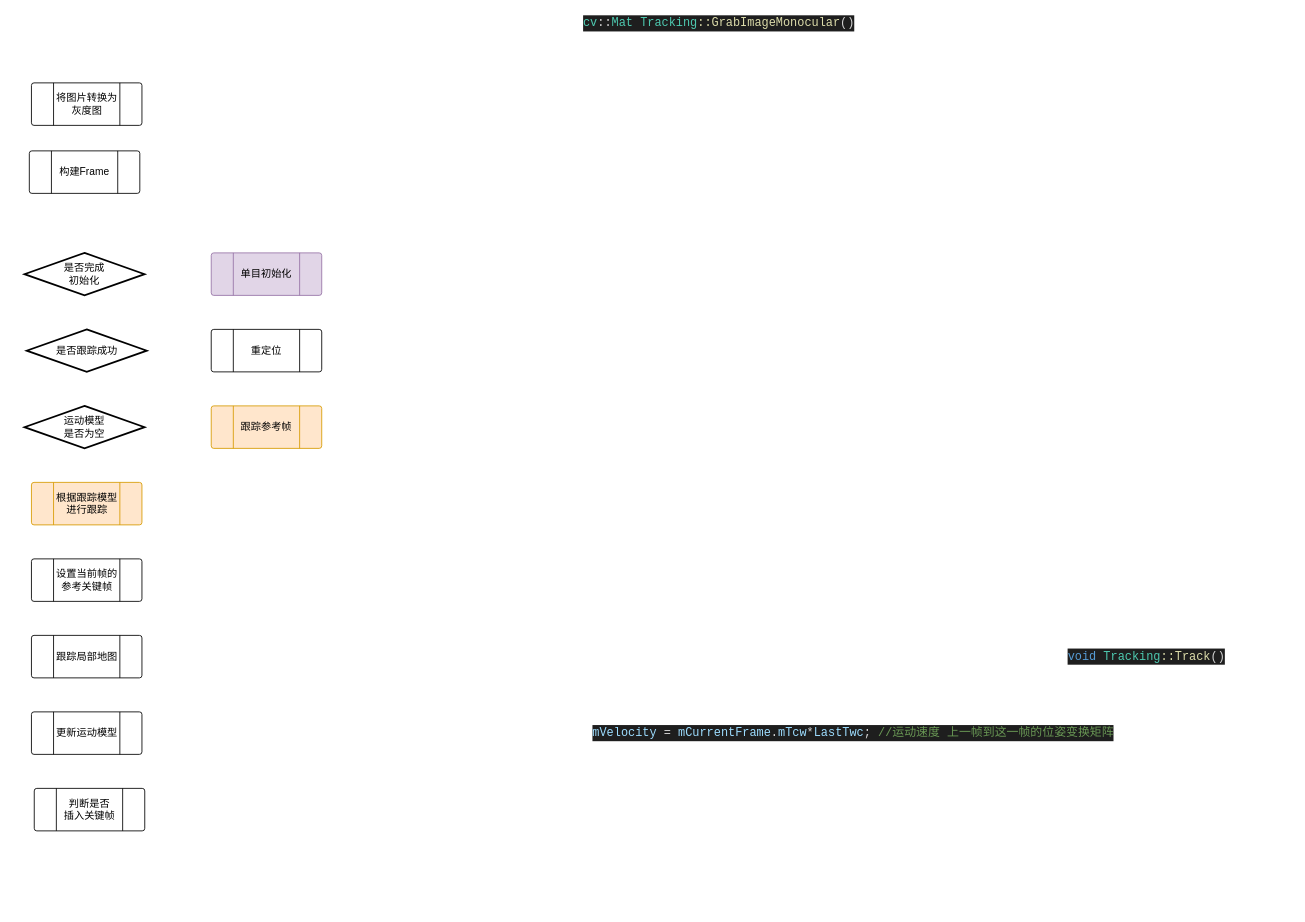
Earlier version of the draw.io diagram page "跟踪线程" (2 of 3) of orbslam2.drawio (younguper/VNOTE). Source tidied: cells renumbered, new cells numbered last; positions are measured from the earlier drawing's top-left corner, leaving out a move shared by most shapes. Both pictures are drawn from the tidied source at 85%, with x=0, y=0 at pixel (24, 14).
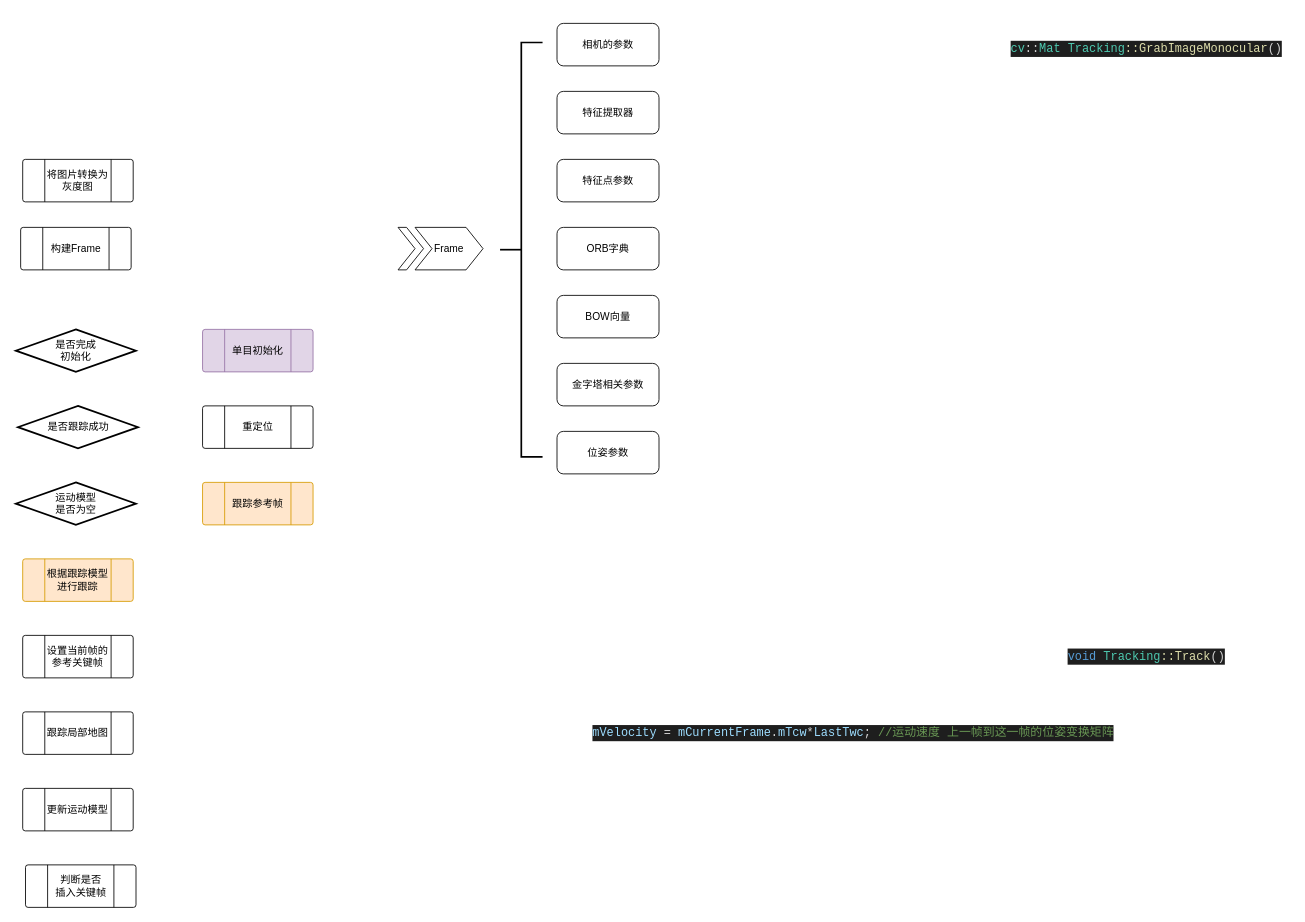
Above is the later version.

Diff of the diagram source:
```diff
@@
     <mxCell id="2" value="将图片转换为灰度图" style="verticalLabelPosition=middle;verticalAlign=middle;html=1;shape=process;whiteSpace=wrap;rounded=1;size=0.2;arcSize=6;labelPosition=center;align=center;" parent="1" vertex="1">
-      <mxGeometry x="8.5" y="80" width="130" height="50" as="geometry" />
+      <mxGeometry x="-1.8" y="170" width="130" height="50" as="geometry" />
     </mxCell>
     <mxCell id="3" value="构建Frame" style="verticalLabelPosition=middle;verticalAlign=middle;html=1;shape=process;whiteSpace=wrap;rounded=1;size=0.2;arcSize=6;labelPosition=center;align=center;" parent="1" vertex="1">
-      <mxGeometry x="6" y="160" width="130" height="50" as="geometry" />
+      <mxGeometry x="-4.2" y="250" width="130" height="50" as="geometry" />
     </mxCell>
     <mxCell id="4" value="单目初始化" style="verticalLabelPosition=middle;verticalAlign=middle;html=1;shape=process;whiteSpace=wrap;rounded=1;size=0.2;arcSize=6;labelPosition=center;align=center;fillColor=#e1d5e7;strokeColor=#9673a6;" parent="1" vertex="1">
-      <mxGeometry x="220" y="280" width="130" height="50" as="geometry" />
+      <mxGeometry x="209.8" y="370" width="130" height="50" as="geometry" />
     </mxCell>
     <mxCell id="5" value="根据跟踪模型进行跟踪" style="verticalLabelPosition=middle;verticalAlign=middle;html=1;shape=process;whiteSpace=wrap;rounded=1;size=0.2;arcSize=6;labelPosition=center;align=center;fillColor=#ffe6cc;strokeColor=#d79b00;" parent="1" vertex="1">
-      <mxGeometry x="8.5" y="550" width="130" height="50" as="geometry" />
+      <mxGeometry x="-1.8" y="640" width="130" height="50" as="geometry" />
     </mxCell>
     <mxCell id="6" value="&lt;div style=&quot;color: rgb(212 , 212 , 212) ; background-color: rgb(30 , 30 , 30) ; font-family: &amp;#34;droid sans mono&amp;#34; , monospace , monospace , &amp;#34;droid sans fallback&amp;#34; ; font-size: 14px ; line-height: 19px&quot;&gt;&lt;span style=&quot;color: #4ec9b0&quot;&gt;cv&lt;/span&gt;::&lt;span style=&quot;color: #4ec9b0&quot;&gt;Mat&lt;/span&gt; &lt;span style=&quot;color: #4ec9b0&quot;&gt;Tracking&lt;/span&gt;&lt;span style=&quot;color: #dcdcaa&quot;&gt;::&lt;/span&gt;&lt;span style=&quot;color: #dcdcaa&quot;&gt;GrabImageMonocular&lt;/span&gt;()&lt;/div&gt;" style="text;html=1;align=center;verticalAlign=middle;fillColor=none;strokeColor=none;rounded=0;fontSize=15;" parent="1" vertex="1">
-      <mxGeometry x="647" width="340" height="20" as="geometry" />
+      <mxGeometry x="1150" y="30" width="340" height="20" as="geometry" />
     </mxCell>
@@
     <mxCell id="8" value="是否完成&lt;br style=&quot;font-size: 12px;&quot;&gt;初始化" style="strokeWidth=2;html=1;shape=mxgraph.flowchart.decision;whiteSpace=wrap;fontSize=12;" parent="1" vertex="1">
-      <mxGeometry x="0.2" y="280" width="141.5" height="50" as="geometry" />
+      <mxGeometry x="-10" y="370" width="141.5" height="50" as="geometry" />
     </mxCell>
     <mxCell id="9" value="运动模型&lt;br style=&quot;font-size: 12px;&quot;&gt;是否为空" style="strokeWidth=2;html=1;shape=mxgraph.flowchart.decision;whiteSpace=wrap;fontSize=12;" parent="1" vertex="1">
-      <mxGeometry x="0.2" y="460" width="141.5" height="50" as="geometry" />
+      <mxGeometry x="-10" y="550" width="141.5" height="50" as="geometry" />
     </mxCell>
     <mxCell id="10" value="跟踪参考帧" style="verticalLabelPosition=middle;verticalAlign=middle;html=1;shape=process;whiteSpace=wrap;rounded=1;size=0.2;arcSize=6;labelPosition=center;align=center;fillColor=#ffe6cc;strokeColor=#d79b00;" parent="1" vertex="1">
-      <mxGeometry x="220" y="460" width="130" height="50" as="geometry" />
+      <mxGeometry x="209.8" y="550" width="130" height="50" as="geometry" />
     </mxCell>
     <mxCell id="11" value="是否跟踪成功" style="strokeWidth=2;html=1;shape=mxgraph.flowchart.decision;whiteSpace=wrap;fontSize=12;" parent="1" vertex="1">
-      <mxGeometry x="2.8" y="370" width="141.5" height="50" as="geometry" />
+      <mxGeometry x="-7.5" y="460" width="141.5" height="50" as="geometry" />
     </mxCell>
     <mxCell id="12" value="重定位" style="verticalLabelPosition=middle;verticalAlign=middle;html=1;shape=process;whiteSpace=wrap;rounded=1;size=0.2;arcSize=6;labelPosition=center;align=center;" parent="1" vertex="1">
-      <mxGeometry x="220" y="370" width="130" height="50" as="geometry" />
+      <mxGeometry x="209.8" y="460" width="130" height="50" as="geometry" />
     </mxCell>
     <mxCell id="13" value="设置当前帧的参考关键帧" style="verticalLabelPosition=middle;verticalAlign=middle;html=1;shape=process;whiteSpace=wrap;rounded=1;size=0.2;arcSize=6;labelPosition=center;align=center;" parent="1" vertex="1">
-      <mxGeometry x="8.5" y="640" width="130" height="50" as="geometry" />
+      <mxGeometry x="-1.8" y="730" width="130" height="50" as="geometry" />
     </mxCell>
     <mxCell id="14" value="跟踪局部地图" style="verticalLabelPosition=middle;verticalAlign=middle;html=1;shape=process;whiteSpace=wrap;rounded=1;size=0.2;arcSize=6;labelPosition=center;align=center;" parent="1" vertex="1">
-      <mxGeometry x="8.5" y="730" width="130" height="50" as="geometry" />
+      <mxGeometry x="-1.8" y="820" width="130" height="50" as="geometry" />
     </mxCell>
     <mxCell id="15" value="判断是否&lt;br&gt;插入关键帧" style="verticalLabelPosition=middle;verticalAlign=middle;html=1;shape=process;whiteSpace=wrap;rounded=1;size=0.2;arcSize=6;labelPosition=center;align=center;" parent="1" vertex="1">
-      <mxGeometry x="11.8" y="910" width="130" height="50" as="geometry" />
+      <mxGeometry x="1.5" y="1000" width="130" height="50" as="geometry" />
     </mxCell>
     <mxCell id="16" value="更新运动模型" style="verticalLabelPosition=middle;verticalAlign=middle;html=1;shape=process;whiteSpace=wrap;rounded=1;size=0.2;arcSize=6;labelPosition=center;align=center;" parent="1" vertex="1">
-      <mxGeometry x="8.5" y="820" width="130" height="50" as="geometry" />
+      <mxGeometry x="-1.8" y="910" width="130" height="50" as="geometry" />
     </mxCell>
@@
+    <mxCell id="18" value="特征提取器" style="rounded=1;whiteSpace=wrap;html=1;" parent="1" vertex="1">
+      <mxGeometry x="626.8" y="90" width="120" height="50" as="geometry" />
+    </mxCell>
+    <mxCell id="19" style="group;" parent="1" vertex="1">
+      <mxGeometry x="439.8" y="250" width="100" height="50" as="geometry" />
+    </mxCell>
+    <mxCell id="20" value="Frame" style="shape=step;perimeter=stepPerimeter;whiteSpace=wrap;html=1;fixedSize=1;" parent="19" vertex="1">
+      <mxGeometry x="20" width="80" height="50" as="geometry" />
+    </mxCell>
+    <mxCell id="21" style="shape=step;perimeter=stepPerimeter;whiteSpace=wrap;html=1;fixedSize=1;" parent="19" vertex="1">
+      <mxGeometry width="30" height="50" as="geometry" />
+    </mxCell>
+    <mxCell id="22" value="ORB字典" style="rounded=1;whiteSpace=wrap;html=1;" parent="1" vertex="1">
+      <mxGeometry x="626.8" y="250" width="120" height="50" as="geometry" />
+    </mxCell>
+    <mxCell id="23" value="相机的参数" style="rounded=1;whiteSpace=wrap;html=1;" parent="1" vertex="1">
+      <mxGeometry x="626.8" y="10" width="120" height="50" as="geometry" />
+    </mxCell>
+    <mxCell id="24" value="特征点参数" style="rounded=1;whiteSpace=wrap;html=1;" parent="1" vertex="1">
+      <mxGeometry x="626.8" y="170" width="120" height="50" as="geometry" />
+    </mxCell>
+    <mxCell id="25" value="BOW向量" style="rounded=1;whiteSpace=wrap;html=1;" parent="1" vertex="1">
+      <mxGeometry x="626.8" y="330" width="120" height="50" as="geometry" />
+    </mxCell>
+    <mxCell id="26" value="金字塔相关参数" style="rounded=1;whiteSpace=wrap;html=1;" parent="1" vertex="1">
+      <mxGeometry x="626.8" y="410" width="120" height="50" as="geometry" />
+    </mxCell>
+    <mxCell id="27" value="位姿参数" style="rounded=1;whiteSpace=wrap;html=1;" parent="1" vertex="1">
+      <mxGeometry x="626.8" y="490" width="120" height="50" as="geometry" />
+    </mxCell>
+    <mxCell id="28" style="strokeWidth=2;html=1;shape=mxgraph.flowchart.annotation_2;align=left;labelPosition=right;" parent="1" vertex="1">
+      <mxGeometry x="559.8" y="32.5" width="50" height="487.5" as="geometry" />
+    </mxCell>
```
